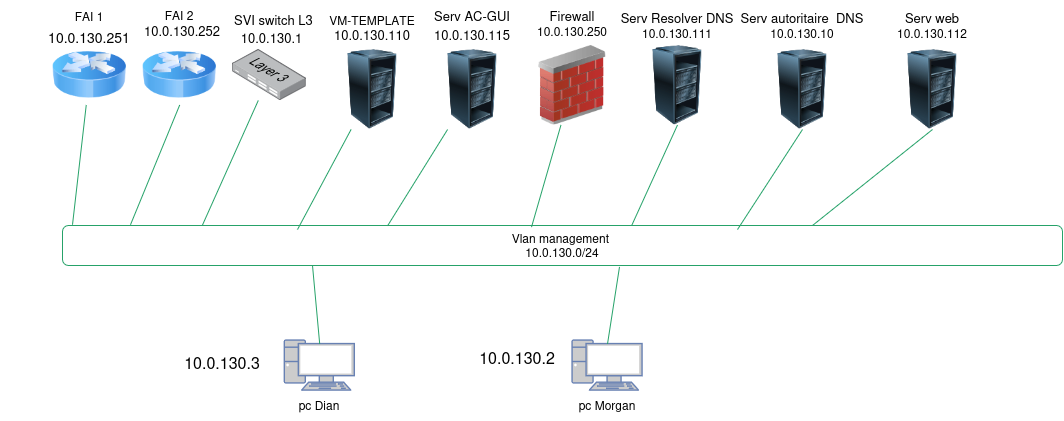
The draw.io diagram docs/annexes/schéma_mana3.drawio.png in Dian3410/Documentation-SporLudique-Tours, before a commit. Source tidied: cells renumbered, new cells last; positions are measured from the earlier drawing's top-left corner, leaving out a move shared by most shapes.
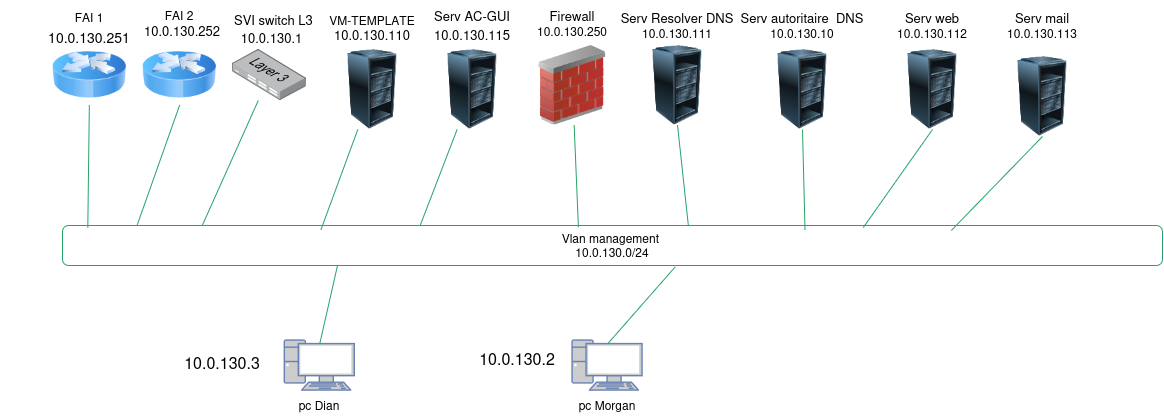
After the commit.

Diff of the diagram source:
```diff
@@ -20,7 +20,7 @@
       <mxGeometry x="578" y="390" width="60" height="30" as="geometry" />
     </mxCell>
     <mxCell id="7" value="&lt;div&gt;Vlan management&amp;nbsp;&lt;/div&gt;&lt;div&gt;10.0.130.0/24&lt;/div&gt;" style="rounded=1;whiteSpace=wrap;html=1;strokeColor=light-dark(#26a269, #257c00);" parent="1" vertex="1">
-      <mxGeometry x="63" y="225" width="1000" height="40" as="geometry" />
+      <mxGeometry x="63" y="225" width="1100" height="40" as="geometry" />
     </mxCell>
     <mxCell id="8" value="&lt;br&gt;&lt;div&gt;&lt;font size=&quot;3&quot;&gt;10.0.130.2&lt;/font&gt;&lt;/div&gt;" style="text;html=1;whiteSpace=wrap;strokeColor=none;fillColor=none;align=center;verticalAlign=middle;rounded=0;" parent="1" vertex="1">
       <mxGeometry x="483" y="350" width="70" as="geometry" />
@@ -52,10 +52,8 @@
     <mxCell id="17" style="endArrow=none;html=1;rounded=0;strokeColor=light-dark(#26a269, #589916);entryX=0.557;entryY=1.035;entryDx=0;entryDy=0;exitX=0.5;exitY=0.07;exitDx=0;exitDy=0;exitPerimeter=0;entryPerimeter=0;" parent="1" edge="1" source="4" target="7">
       <mxGeometry relative="1" as="geometry" />
     </mxCell>
-    <mxCell id="18" style="endArrow=none;html=1;rounded=0;strokeColor=light-dark(#26a269, #589916);" parent="1" edge="1" target="10">
-      <mxGeometry relative="1" as="geometry">
-        <mxPoint x="73" y="224.2" as="sourcePoint" />
-      </mxGeometry>
+    <mxCell id="18" style="endArrow=none;html=1;rounded=0;strokeColor=light-dark(#26a269, #589916);exitX=0.023;exitY=0.05;exitDx=0;exitDy=0;exitPerimeter=0;" parent="1" edge="1" source="7" target="10">
+      <mxGeometry relative="1" as="geometry" />
     </mxCell>
     <mxCell id="19" value="&lt;font style=&quot;font-size: 13px;&quot;&gt;10.0.130.252&lt;/font&gt;" style="text;whiteSpace=wrap;html=1;" parent="1" vertex="1">
       <mxGeometry x="143" y="16" width="100" height="40" as="geometry" />
@@ -129,7 +127,7 @@
     <mxCell id="42" style="endArrow=none;html=1;rounded=0;strokeColor=light-dark(#26a269, #589916);exitX=0.675;exitY=0.101;exitDx=0;exitDy=0;exitPerimeter=0;entryX=0.5;entryY=1;entryDx=0;entryDy=0;" parent="1" edge="1" source="7" target="40">
       <mxGeometry relative="1" as="geometry" />
     </mxCell>
-    <mxCell id="43" style="endArrow=none;html=1;rounded=0;strokeColor=light-dark(#26a269, #589916);exitX=0.75;exitY=0;exitDx=0;exitDy=0;entryX=0.5;entryY=1;entryDx=0;entryDy=0;" parent="1" edge="1" source="7" target="41">
+    <mxCell id="43" style="endArrow=none;html=1;rounded=0;strokeColor=light-dark(#26a269, #589916);exitX=0.728;exitY=0.05;exitDx=0;exitDy=0;entryX=0.5;entryY=1;entryDx=0;entryDy=0;exitPerimeter=0;" parent="1" edge="1" source="7" target="41">
       <mxGeometry relative="1" as="geometry" />
     </mxCell>
     <mxCell id="44" value="&lt;div&gt;&lt;font style=&quot;font-size: 13px;&quot;&gt;Serv Resolver DNS&lt;/font&gt;&lt;/div&gt;10.0.130.111" style="text;html=1;whiteSpace=wrap;strokeColor=none;fillColor=none;align=center;verticalAlign=middle;rounded=0;" parent="1" vertex="1">
@@ -141,5 +139,14 @@
     <mxCell id="46" value="&lt;div&gt;&lt;font style=&quot;font-size: 13px;&quot;&gt;Serv web&lt;/font&gt;&lt;/div&gt;10.0.130.112" style="text;html=1;whiteSpace=wrap;strokeColor=none;fillColor=none;align=center;verticalAlign=middle;rounded=0;" parent="1" vertex="1">
       <mxGeometry x="868" y="9.5" width="130" height="30" as="geometry" />
     </mxCell>
+    <mxCell id="47" style="image;html=1;image=img/lib/clip_art/computers/Server_Rack_Partial_128x128.png;" parent="1" vertex="1">
+      <mxGeometry x="1003" y="56" width="80" height="80" as="geometry" />
+    </mxCell>
+    <mxCell id="48" value="&lt;div&gt;&lt;font style=&quot;font-size: 13px;&quot;&gt;Serv mail&lt;/font&gt;&lt;/div&gt;10.0.130.113" style="text;html=1;whiteSpace=wrap;strokeColor=none;fillColor=none;align=center;verticalAlign=middle;rounded=0;" parent="1" vertex="1">
+      <mxGeometry x="978" y="9.5" width="130" height="30" as="geometry" />
+    </mxCell>
+    <mxCell id="49" style="endArrow=none;html=1;rounded=0;strokeColor=light-dark(#26a269, #589916);entryX=0.5;entryY=1;entryDx=0;entryDy=0;exitX=0.808;exitY=0.125;exitDx=0;exitDy=0;exitPerimeter=0;" parent="1" edge="1" source="7" target="47">
+      <mxGeometry relative="1" as="geometry" />
+    </mxCell>
   </root>
 </mxGraphModel>
```
